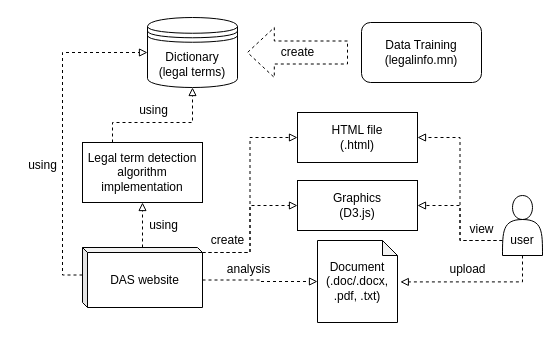
Above: activities/Untitled Diagram.drawio in Bagabandi152/diagrams.net (draw.io), before the change. Source tidied: cells renumbered, new cells numbered last; positions are measured from the earlier drawing's top-left corner, leaving out a move shared by most shapes. Both pictures are drawn from the tidied source at 100%, with x=0, y=0 at pixel (17, 17).
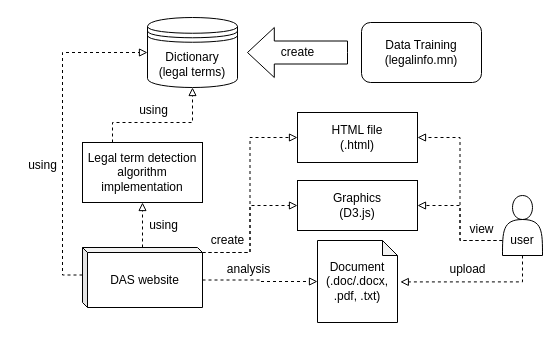
After the change.

Diff of the diagram source:
```diff
@@
-    <mxCell id="16" value="create" style="html=1;shadow=0;dashed=1;align=center;verticalAlign=middle;shape=mxgraph.arrows2.arrow;dy=0.54;dx=26.8;flipH=1;notch=0;" parent="1" vertex="1">
+    <mxCell id="16" value="create" style="html=1;shadow=0;align=center;verticalAlign=middle;shape=mxgraph.arrows2.arrow;dy=0.54;dx=26.8;flipH=1;notch=0;" parent="1" vertex="1">
       <mxGeometry x="230" y="10" width="100" height="50" as="geometry" />
     </mxCell>
```
